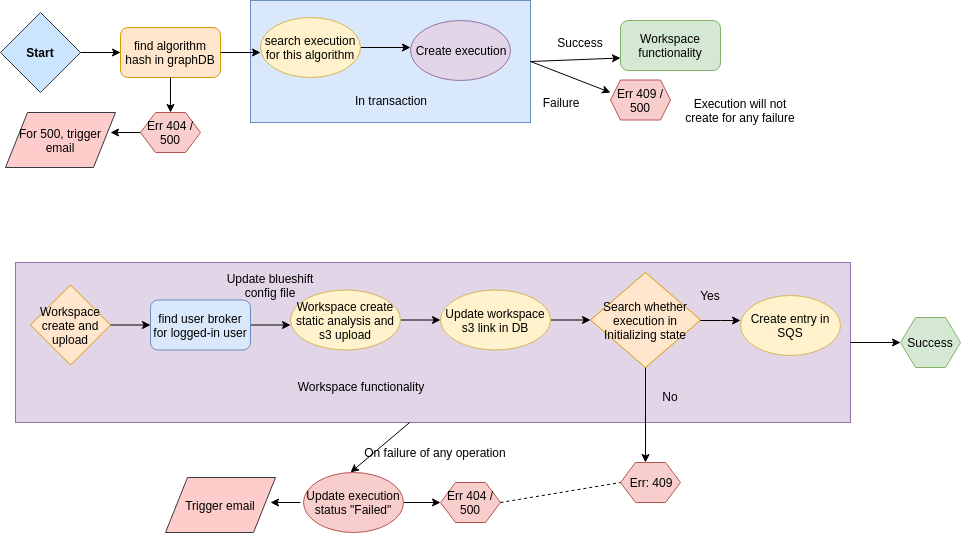
The draw.io diagram start_from_UI.png in prodipta/blueshift-resouce, before a commit. Source tidied: cells renumbered, new cells last; positions are measured from the earlier drawing's top-left corner, leaving out a move shared by most shapes.
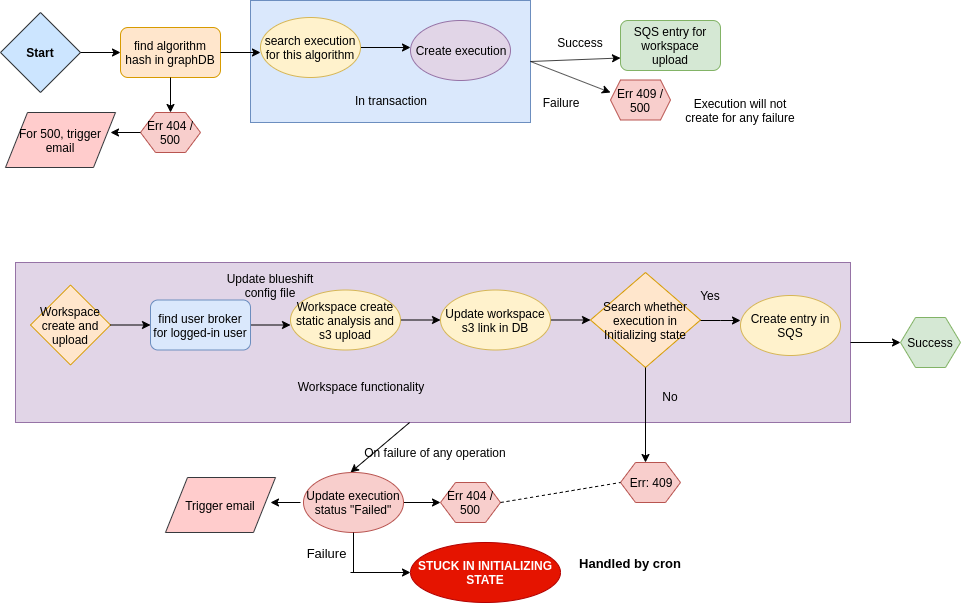
After the commit.

Change to the diagram source:
```diff
@@ -87,7 +87,7 @@
     <mxCell id="24" value="In transaction" style="text;html=1;strokeColor=none;fillColor=none;align=center;verticalAlign=middle;whiteSpace=wrap;rounded=0;" parent="1" vertex="1">
       <mxGeometry x="330" y="89.5" width="120" height="20" as="geometry" />
     </mxCell>
-    <mxCell id="25" value="Workspace functionality" style="rounded=1;whiteSpace=wrap;html=1;fillColor=#d5e8d4;strokeColor=#82b366;" parent="1" vertex="1">
+    <mxCell id="25" value="SQS entry for workspace upload" style="rounded=1;whiteSpace=wrap;html=1;fillColor=#d5e8d4;strokeColor=#82b366;" parent="1" vertex="1">
       <mxGeometry x="620" y="20" width="100" height="50" as="geometry" />
     </mxCell>
     <mxCell id="26" style="endArrow=classic;html=1;exitX=0;exitY=0.5;exitDx=0;exitDy=0;" parent="1" edge="1" source="23">
@@ -177,5 +177,25 @@
     <mxCell id="49" value="Yes" style="text;html=1;strokeColor=none;fillColor=none;align=center;verticalAlign=middle;whiteSpace=wrap;rounded=0;" parent="1" vertex="1">
       <mxGeometry x="690" y="285" width="40" height="20" as="geometry" />
     </mxCell>
+    <mxCell id="50" style="endArrow=none;html=1;entryX=0.5;entryY=1;entryDx=0;entryDy=0;" parent="1" edge="1" target="35">
+      <mxGeometry relative="1" as="geometry">
+        <mxPoint x="353" y="572" as="sourcePoint" />
+      </mxGeometry>
+    </mxCell>
+    <mxCell id="51" style="endArrow=classic;html=1;" parent="1" edge="1">
+      <mxGeometry relative="1" as="geometry">
+        <mxPoint x="350" y="572" as="sourcePoint" />
+        <mxPoint x="410" y="572" as="targetPoint" />
+      </mxGeometry>
+    </mxCell>
+    <mxCell id="52" value="STUCK IN INITIALIZING STATE" style="ellipse;whiteSpace=wrap;html=1;fontStyle=1;fillColor=#e51400;strokeColor=#B20000;fontColor=#ffffff;" parent="1" vertex="1">
+      <mxGeometry x="410" y="542" width="150" height="60" as="geometry" />
+    </mxCell>
+    <mxCell id="53" value="Handled by cron" style="text;html=1;strokeColor=none;fillColor=none;align=center;verticalAlign=middle;whiteSpace=wrap;rounded=0;fontStyle=1;fontSize=13;" parent="1" vertex="1">
+      <mxGeometry x="570" y="552" width="120" height="20" as="geometry" />
+    </mxCell>
+    <mxCell id="54" value="Failure" style="text;html=1;strokeColor=none;fillColor=none;align=center;verticalAlign=middle;whiteSpace=wrap;rounded=0;fontSize=13;" parent="1" vertex="1">
+      <mxGeometry x="305" y="542" width="40" height="20" as="geometry" />
+    </mxCell>
   </root>
 </mxGraphModel>
```
